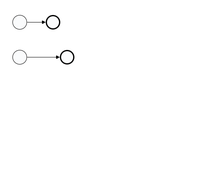
Above: src/main/resources/diagrams/leave.png in henryyan/activiti-study (BPMN), before the change. Its source is kept beside it as src/main/resources/diagrams/leave.bpmn. Ids are renumbered. Source of this version:
```xml
<definitions xmlns="http://www.omg.org/spec/BPMN/20100524/MODEL" xmlns:xsi="http://www.w3.org/2001/XMLSchema-instance" xmlns:activiti="http://activiti.org/bpmn" xmlns:bpmndi="http://www.omg.org/spec/BPMN/20100524/DI" xmlns:omgdc="http://www.omg.org/spec/DD/20100524/DC" xmlns:omgdi="http://www.omg.org/spec/DD/20100524/DI" typeLanguage="http://www.w3.org/2001/XMLSchema" expressionLanguage="http://www.w3.org/1999/XPath" targetNamespace="http://www.kafeitu.me/activiti-in-action">
  <process id="leave" name="Leave">
    <startEvent id="startevent1" name="Start"></startEvent>
    <endEvent id="endevent1" name="End"></endEvent>
    <startEvent id="startevent2" name="Start"></startEvent>
    <endEvent id="endevent2" name="End"></endEvent>
    <sequenceFlow id="flow1" name="" sourceRef="startevent1" targetRef="endevent1"></sequenceFlow>
    <sequenceFlow id="flow2" name="" sourceRef="startevent2" targetRef="endevent2"></sequenceFlow>
  </process>
  <bpmndi:BPMNDiagram id="BPMNDiagram_leave">
    <bpmndi:BPMNPlane bpmnElement="leave" id="BPMNPlane_leave">
      <bpmndi:BPMNShape bpmnElement="startevent1" id="BPMNShape_startevent1">
        <omgdc:Bounds height="35" width="35" x="30" y="36"></omgdc:Bounds>
      </bpmndi:BPMNShape>
      <bpmndi:BPMNShape bpmnElement="endevent1" id="BPMNShape_endevent1">
        <omgdc:Bounds height="35" width="35" x="110" y="36"></omgdc:Bounds>
      </bpmndi:BPMNShape>
      <bpmndi:BPMNShape bpmnElement="startevent2" id="BPMNShape_startevent2">
        <omgdc:Bounds height="35" width="35" x="30" y="120"></omgdc:Bounds>
      </bpmndi:BPMNShape>
      <bpmndi:BPMNShape bpmnElement="endevent2" id="BPMNShape_endevent2">
        <omgdc:Bounds height="35" width="35" x="144" y="120"></omgdc:Bounds>
      </bpmndi:BPMNShape>
      <bpmndi:BPMNEdge bpmnElement="flow1" id="BPMNEdge_flow1">
        <omgdi:waypoint x="65" y="53"></omgdi:waypoint>
        <omgdi:waypoint x="110" y="53"></omgdi:waypoint>
      </bpmndi:BPMNEdge>
      <bpmndi:BPMNEdge bpmnElement="flow2" id="BPMNEdge_flow2">
        <omgdi:waypoint x="65" y="137"></omgdi:waypoint>
        <omgdi:waypoint x="144" y="137"></omgdi:waypoint>
      </bpmndi:BPMNEdge>
    </bpmndi:BPMNPlane>
  </bpmndi:BPMNDiagram>
</definitions>
```
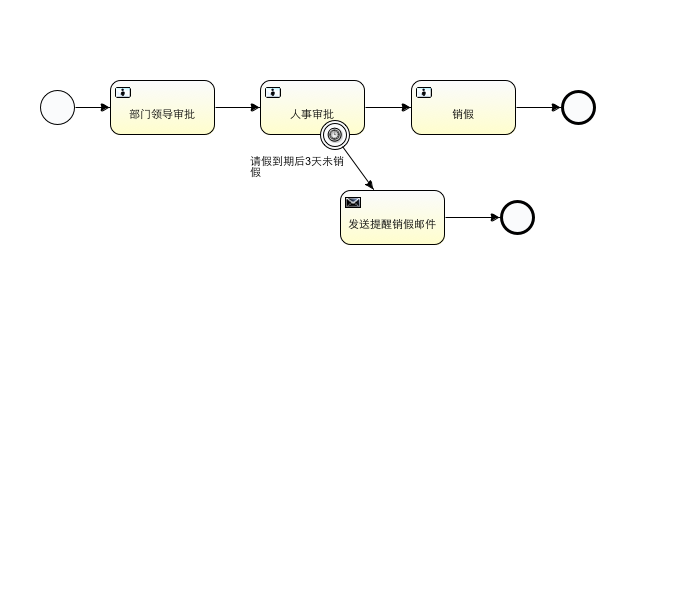
Later version of the same file.

Diff of the diagram source:
```diff
@@ -1,33 +1,81 @@
-<definitions xmlns="http://www.omg.org/spec/BPMN/20100524/MODEL" xmlns:xsi="http://www.w3.org/2001/XMLSchema-instance" xmlns:activiti="http://activiti.org/bpmn" xmlns:bpmndi="http://www.omg.org/spec/BPMN/20100524/DI" xmlns:omgdc="http://www.omg.org/spec/DD/20100524/DC" xmlns:omgdi="http://www.omg.org/spec/DD/20100524/DI" typeLanguage="http://www.w3.org/2001/XMLSchema" expressionLanguage="http://www.w3.org/1999/XPath" targetNamespace="http://www.kafeitu.me/activiti-in-action">
-  <process id="leave" name="Leave">
-    <startEvent id="startevent1" name="Start"></startEvent>
+<definitions xmlns="http://www.omg.org/spec/BPMN/20100524/MODEL" xmlns:xsi="http://www.w3.org/2001/XMLSchema-instance" xmlns:activiti="http://activiti.org/bpmn" xmlns:bpmndi="http://www.omg.org/spec/BPMN/20100524/DI" xmlns:omgdc="http://www.omg.org/spec/DD/20100524/DC" xmlns:omgdi="http://www.omg.org/spec/DD/20100524/DI" typeLanguage="http://www.w3.org/2001/XMLSchema" expressionLanguage="http://www.w3.org/1999/XPath" targetNamespace="http://www.kafeitu.me/demo/activiti/leave">
+  <process id="leave" name="请假流程">
+    <documentation>请假流程演示</documentation>
+    <startEvent id="startevent1" name="Start" activiti:initiator="applyUserId"></startEvent>
+    <userTask id="deptLeaderAudit" name="部门领导审批" activiti:candidateGroups="deptLeader"></userTask>
+    <userTask id="hrAudit" name="人事审批" activiti:candidateGroups="hr"></userTask>
+    <boundaryEvent id="boundarytimer1" cancelActivity="false" attachedToRef="hrAudit">
+      <timerEventDefinition></timerEventDefinition>
+    </boundaryEvent>
+    <userTask id="reportBack" name="销假" activiti:assignee="${applyUserId}">
+      <extensionElements>
+        <activiti:taskListener event="complete" delegateExpression="${reportBackEndProcessor}"></activiti:taskListener>
+      </extensionElements>
+    </userTask>
     <endEvent id="endevent1" name="End"></endEvent>
-    <startEvent id="startevent2" name="Start"></startEvent>
+    <sequenceFlow id="flow2" name="" sourceRef="startevent1" targetRef="deptLeaderAudit"></sequenceFlow>
+    <sequenceFlow id="flow8" name="" sourceRef="reportBack" targetRef="endevent1"></sequenceFlow>
+    <sequenceFlow id="flow9" name="" sourceRef="deptLeaderAudit" targetRef="hrAudit"></sequenceFlow>
+    <sequenceFlow id="flow10" name="" sourceRef="hrAudit" targetRef="reportBack"></sequenceFlow>
+    <serviceTask id="mailtask1" name="发送提醒销假邮件" activiti:type="mail">
+      <extensionElements></extensionElements>
+    </serviceTask>
+    <sequenceFlow id="flow11" name="请假到期后3天未销假" sourceRef="boundarytimer1" targetRef="mailtask1"></sequenceFlow>
     <endEvent id="endevent2" name="End"></endEvent>
-    <sequenceFlow id="flow1" name="" sourceRef="startevent1" targetRef="endevent1"></sequenceFlow>
-    <sequenceFlow id="flow2" name="" sourceRef="startevent2" targetRef="endevent2"></sequenceFlow>
+    <sequenceFlow id="flow12" name="" sourceRef="mailtask1" targetRef="endevent2"></sequenceFlow>
   </process>
   <bpmndi:BPMNDiagram id="BPMNDiagram_leave">
     <bpmndi:BPMNPlane bpmnElement="leave" id="BPMNPlane_leave">
       <bpmndi:BPMNShape bpmnElement="startevent1" id="BPMNShape_startevent1">
-        <omgdc:Bounds height="35" width="35" x="30" y="36"></omgdc:Bounds>
+        <omgdc:Bounds height="35" width="35" x="40" y="90"></omgdc:Bounds>
+      </bpmndi:BPMNShape>
+      <bpmndi:BPMNShape bpmnElement="deptLeaderAudit" id="BPMNShape_deptLeaderAudit">
+        <omgdc:Bounds height="55" width="105" x="110" y="80"></omgdc:Bounds>
+      </bpmndi:BPMNShape>
+      <bpmndi:BPMNShape bpmnElement="hrAudit" id="BPMNShape_hrAudit">
+        <omgdc:Bounds height="55" width="105" x="260" y="80"></omgdc:Bounds>
+      </bpmndi:BPMNShape>
+      <bpmndi:BPMNShape bpmnElement="boundarytimer1" id="BPMNShape_boundarytimer1">
+        <omgdc:Bounds height="30" width="30" x="320" y="120"></omgdc:Bounds>
+      </bpmndi:BPMNShape>
+      <bpmndi:BPMNShape bpmnElement="reportBack" id="BPMNShape_reportBack">
+        <omgdc:Bounds height="55" width="105" x="411" y="80"></omgdc:Bounds>
       </bpmndi:BPMNShape>
       <bpmndi:BPMNShape bpmnElement="endevent1" id="BPMNShape_endevent1">
-        <omgdc:Bounds height="35" width="35" x="110" y="36"></omgdc:Bounds>
+        <omgdc:Bounds height="35" width="35" x="561" y="90"></omgdc:Bounds>
       </bpmndi:BPMNShape>
-      <bpmndi:BPMNShape bpmnElement="startevent2" id="BPMNShape_startevent2">
-        <omgdc:Bounds height="35" width="35" x="30" y="120"></omgdc:Bounds>
+      <bpmndi:BPMNShape bpmnElement="mailtask1" id="BPMNShape_mailtask1">
+        <omgdc:Bounds height="55" width="105" x="340" y="190"></omgdc:Bounds>
       </bpmndi:BPMNShape>
       <bpmndi:BPMNShape bpmnElement="endevent2" id="BPMNShape_endevent2">
-        <omgdc:Bounds height="35" width="35" x="144" y="120"></omgdc:Bounds>
+        <omgdc:Bounds height="35" width="35" x="500" y="200"></omgdc:Bounds>
       </bpmndi:BPMNShape>
-      <bpmndi:BPMNEdge bpmnElement="flow1" id="BPMNEdge_flow1">
-        <omgdi:waypoint x="65" y="53"></omgdi:waypoint>
-        <omgdi:waypoint x="110" y="53"></omgdi:waypoint>
+      <bpmndi:BPMNEdge bpmnElement="flow2" id="BPMNEdge_flow2">
+        <omgdi:waypoint x="75" y="107"></omgdi:waypoint>
+        <omgdi:waypoint x="110" y="107"></omgdi:waypoint>
       </bpmndi:BPMNEdge>
-      <bpmndi:BPMNEdge bpmnElement="flow2" id="BPMNEdge_flow2">
-        <omgdi:waypoint x="65" y="137"></omgdi:waypoint>
-        <omgdi:waypoint x="144" y="137"></omgdi:waypoint>
+      <bpmndi:BPMNEdge bpmnElement="flow8" id="BPMNEdge_flow8">
+        <omgdi:waypoint x="516" y="107"></omgdi:waypoint>
+        <omgdi:waypoint x="561" y="107"></omgdi:waypoint>
+      </bpmndi:BPMNEdge>
+      <bpmndi:BPMNEdge bpmnElement="flow9" id="BPMNEdge_flow9">
+        <omgdi:waypoint x="215" y="107"></omgdi:waypoint>
+        <omgdi:waypoint x="260" y="107"></omgdi:waypoint>
+      </bpmndi:BPMNEdge>
+      <bpmndi:BPMNEdge bpmnElement="flow10" id="BPMNEdge_flow10">
+        <omgdi:waypoint x="365" y="107"></omgdi:waypoint>
+        <omgdi:waypoint x="411" y="107"></omgdi:waypoint>
+      </bpmndi:BPMNEdge>
+      <bpmndi:BPMNEdge bpmnElement="flow11" id="BPMNEdge_flow11">
+        <omgdi:waypoint x="335" y="150"></omgdi:waypoint>
+        <omgdi:waypoint x="392" y="190"></omgdi:waypoint>
+        <bpmndi:BPMNLabel>
+          <omgdc:Bounds height="36" width="100" x="-109" y="-21"></omgdc:Bounds>
+        </bpmndi:BPMNLabel>
+      </bpmndi:BPMNEdge>
+      <bpmndi:BPMNEdge bpmnElement="flow12" id="BPMNEdge_flow12">
+        <omgdi:waypoint x="445" y="217"></omgdi:waypoint>
+        <omgdi:waypoint x="500" y="217"></omgdi:waypoint>
       </bpmndi:BPMNEdge>
     </bpmndi:BPMNPlane>
   </bpmndi:BPMNDiagram>
```
